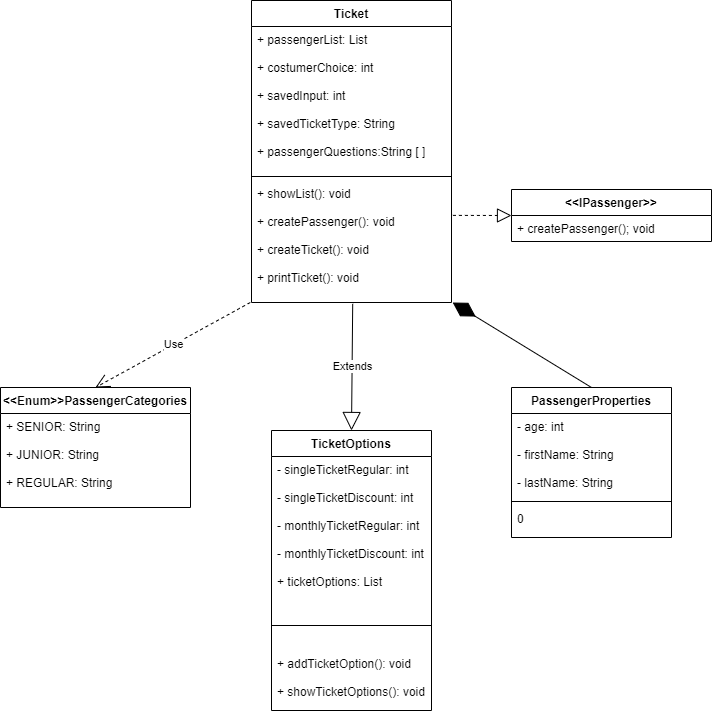
Earlier version of the draw.io export UML/ProjektDel3Grupp5UML.png (AdamSahlen93/Course_01_Java_Group_Projekt). Source tidied: cells renumbered, new cells last; positions are measured from the earlier drawing's top-left corner, leaving out a move shared by most shapes.
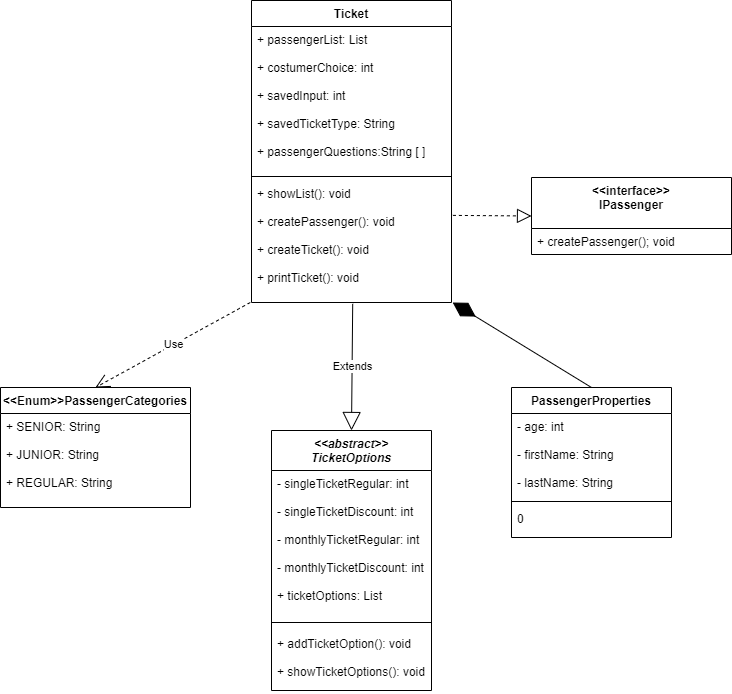
Later version of the same file.

The edit, as a diff of the source:
```diff
@@ -2,17 +2,17 @@
   <root>
     <mxCell id="0" />
     <mxCell id="1" parent="0" />
-    <mxCell id="2" value="TicketOptions" style="swimlane;fontStyle=1;align=center;verticalAlign=top;horizontal=1;startSize=26;" parent="1" vertex="1">
-      <mxGeometry x="271" y="430" width="160" height="280" as="geometry" />
+    <mxCell id="2" value="&lt;&lt;abstract&gt;&gt;&#10;TicketOptions" style="swimlane;fontStyle=3;align=center;verticalAlign=top;horizontal=1;startSize=40;" parent="1" vertex="1">
+      <mxGeometry x="271" y="430" width="160" height="260" as="geometry" />
     </mxCell>
     <mxCell id="3" value="- singleTicketRegular: int&#10;&#10;- singleTicketDiscount: int&#10;&#10;- monthlyTicketRegular: int&#10;&#10;- monthlyTicketDiscount: int&#10;&#10;+ ticketOptions: List" style="text;strokeColor=none;fillColor=none;align=left;verticalAlign=top;spacingLeft=4;spacingRight=4;overflow=hidden;" parent="2" vertex="1">
-      <mxGeometry y="26" width="160" height="144" as="geometry" />
+      <mxGeometry y="40" width="160" height="144" as="geometry" />
     </mxCell>
     <mxCell id="4" style="line;strokeWidth=1;fillColor=none;align=left;verticalAlign=middle;spacingTop=-1;spacingLeft=3;spacingRight=3;labelPosition=right;" parent="2" vertex="1">
-      <mxGeometry y="170" width="160" height="50" as="geometry" />
+      <mxGeometry y="184" width="160" height="16" as="geometry" />
     </mxCell>
     <mxCell id="5" value="+ addTicketOption(): void&#10;&#10;+ showTicketOptions(): void" style="text;strokeColor=none;fillColor=none;align=left;verticalAlign=top;spacingLeft=4;spacingRight=4;overflow=hidden;" parent="2" vertex="1">
-      <mxGeometry y="220" width="160" height="60" as="geometry" />
+      <mxGeometry y="200" width="160" height="60" as="geometry" />
     </mxCell>
     <mxCell id="6" style="endArrow=diamondThin;endFill=1;endSize=24;html=1;exitX=0.5;exitY=0;exitDx=0;exitDy=0;entryX=1.006;entryY=1;entryDx=0;entryDy=0;entryPerimeter=0;" parent="1" edge="1" source="18" target="15">
       <mxGeometry relative="1" as="geometry" />
@@ -44,12 +44,6 @@
     <mxCell id="15" value="+ showList(): void&#10;&#10;+ createPassenger(): void&#10;&#10;+ createTicket(): void&#10;&#10;+ printTicket(): void&#10;" style="text;strokeColor=none;fillColor=none;align=left;verticalAlign=top;spacingLeft=4;spacingRight=4;overflow=hidden;points=[[0,0.5],[1,0.5]];portConstraint=eastwest;" parent="12" vertex="1">
       <mxGeometry y="180" width="200" height="122" as="geometry" />
     </mxCell>
-    <mxCell id="16" value="&lt;&lt;IPassenger&gt;&gt;" style="swimlane;fontStyle=1;align=center;verticalAlign=top;horizontal=1;startSize=26;" parent="1" vertex="1">
-      <mxGeometry x="511" y="189" width="200" height="52" as="geometry" />
-    </mxCell>
-    <mxCell id="17" value="+ createPassenger(); void" style="text;strokeColor=none;fillColor=none;align=left;verticalAlign=top;spacingLeft=4;spacingRight=4;overflow=hidden;" parent="16" vertex="1">
-      <mxGeometry y="26" width="200" height="26" as="geometry" />
-    </mxCell>
     <mxCell id="18" value="PassengerProperties" style="swimlane;fontStyle=1;align=center;verticalAlign=top;horizontal=1;startSize=26;" parent="1" vertex="1">
       <mxGeometry x="511" y="387" width="160" height="150" as="geometry" />
     </mxCell>
@@ -62,5 +56,11 @@
     <mxCell id="21" value="0" style="text;strokeColor=none;fillColor=none;align=left;verticalAlign=top;spacingLeft=4;spacingRight=4;overflow=hidden;" parent="18" vertex="1">
       <mxGeometry y="118" width="160" height="32" as="geometry" />
     </mxCell>
+    <mxCell id="16" value="&lt;&lt;interface&gt;&gt;&#10;IPassenger" style="swimlane;fontStyle=1;align=center;verticalAlign=top;horizontal=1;startSize=51;" parent="1" vertex="1">
+      <mxGeometry x="531" y="177" width="200" height="77" as="geometry" />
+    </mxCell>
+    <mxCell id="17" value="+ createPassenger(); void" style="text;strokeColor=none;fillColor=none;align=left;verticalAlign=top;spacingLeft=4;spacingRight=4;overflow=hidden;" parent="16" vertex="1">
+      <mxGeometry y="51" width="200" height="26" as="geometry" />
+    </mxCell>
   </root>
 </mxGraphModel>
```
